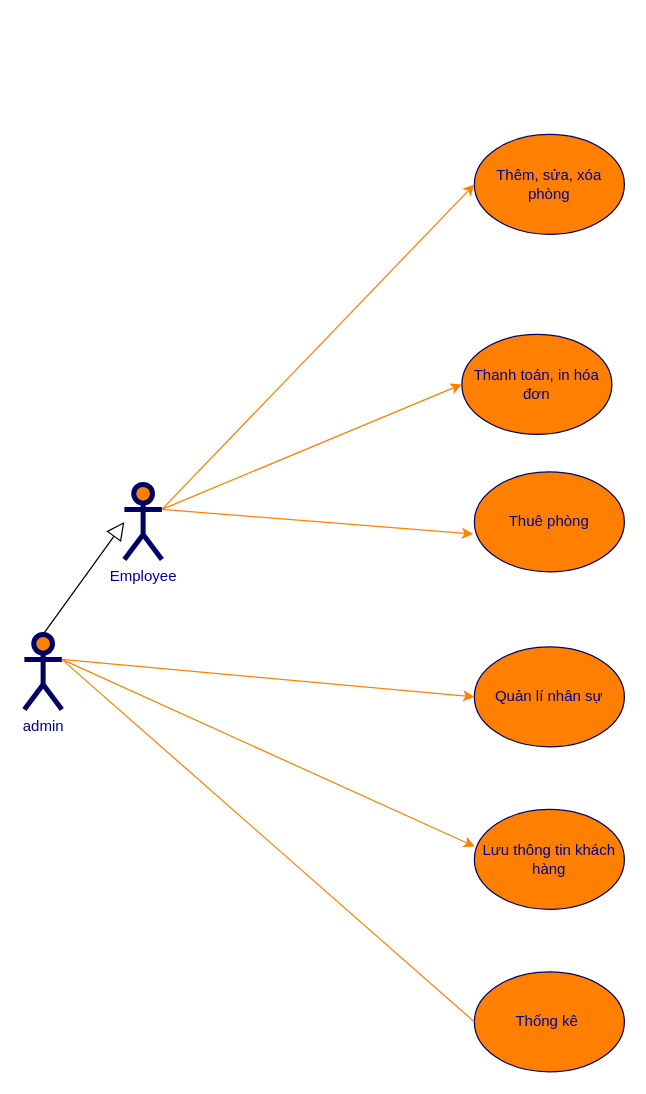
TruongGiaThach/desktop-tutorial keeps this draw.io diagram as Untitled Diagram.drawio. Above is the earlier version. Source tidied: cells renumbered, new cells numbered last; positions are measured from the earlier drawing's top-left corner, leaving out a move shared by most shapes. Both pictures are drawn from the tidied source at 125%, with x=0, y=0 at pixel (24, 134).
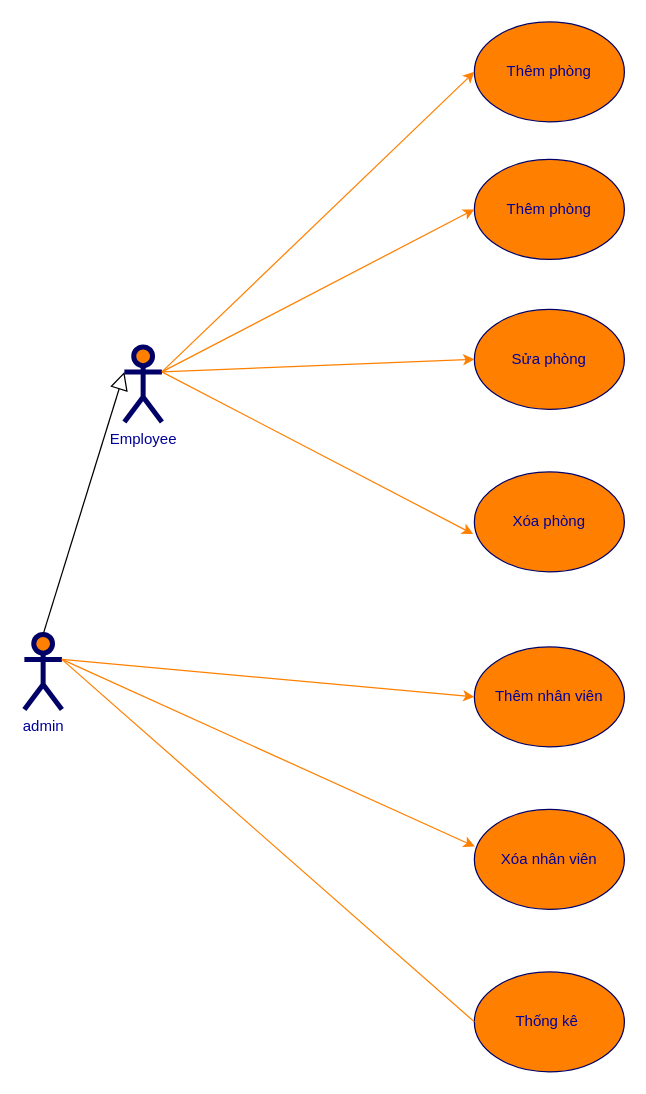
The same diagram, later.

The edit, as a diff of the source:
```diff
@@
 <mxGraphModel>
   <root>
     <mxCell id="0" />
     <mxCell id="1" parent="0" />
-    <mxCell id="2" value="Thêm, sửa, xóa phòng" style="ellipse;whiteSpace=wrap;html=1;fillColor=#FF8000;strokeColor=#000066;fontColor=#000099;" parent="1" vertex="1">
-      <mxGeometry x="360" width="120" height="80" as="geometry" />
+    <mxCell id="2" value="Thêm phòng" style="ellipse;whiteSpace=wrap;html=1;fillColor=#FF8000;strokeColor=#000066;fontColor=#000099;" parent="1" vertex="1">
+      <mxGeometry x="360" y="20" width="120" height="80" as="geometry" />
     </mxCell>
-    <mxCell id="3" value="Quản lí nhân sự" style="ellipse;whiteSpace=wrap;html=1;fillColor=#FF8000;strokeColor=#000066;fontColor=#000099;" parent="1" vertex="1">
+    <mxCell id="3" value="Thêm nhân viên" style="ellipse;whiteSpace=wrap;html=1;fillColor=#FF8000;strokeColor=#000066;fontColor=#000099;" parent="1" vertex="1">
       <mxGeometry x="360" y="410" width="120" height="80" as="geometry" />
     </mxCell>
-    <mxCell id="4" value="Thanh toán, in hóa đơn" style="ellipse;whiteSpace=wrap;html=1;fillColor=#FF8000;strokeColor=#000066;fontColor=#000099;" parent="1" vertex="1">
-      <mxGeometry x="350" y="160" width="120" height="80" as="geometry" />
+    <mxCell id="4" value="Sửa phòng" style="ellipse;whiteSpace=wrap;html=1;fillColor=#FF8000;strokeColor=#000066;fontColor=#000099;" parent="1" vertex="1">
+      <mxGeometry x="360" y="140" width="120" height="80" as="geometry" />
     </mxCell>
     <mxCell id="5" style="html=1;exitX=1;exitY=0.3333333333333333;exitPerimeter=0;entryX=0;entryY=0.5;jettySize=auto;fillColor=#f8cecc;strokeColor=#FF8000;curved=1;fontColor=#000099;exitDx=0;exitDy=0;" parent="1" edge="1" source="14" target="2">
       <mxGeometry relative="1" as="geometry" />
     </mxCell>
     <mxCell id="6" style="edgeStyle=none;curved=1;html=1;exitX=1;exitY=0.3333333333333333;exitPerimeter=0;entryX=0;entryY=0.5;jettySize=auto;strokeColor=#FF8000;fontColor=#000099;exitDx=0;exitDy=0;" parent="1" edge="1" source="9" target="3">
       <mxGeometry relative="1" as="geometry" />
     </mxCell>
-    <mxCell id="7" value="Thuê phòng" style="ellipse;whiteSpace=wrap;html=1;fillColor=#FF8000;strokeColor=#000066;fontColor=#000099;" parent="1" vertex="1">
+    <mxCell id="7" value="Xóa phòng" style="ellipse;whiteSpace=wrap;html=1;fillColor=#FF8000;strokeColor=#000066;fontColor=#000099;" parent="1" vertex="1">
       <mxGeometry x="360" y="270" width="120" height="80" as="geometry" />
     </mxCell>
-    <mxCell id="8" value="Lưu thông tin khách hàng" style="ellipse;whiteSpace=wrap;html=1;fillColor=#FF8000;strokeColor=#000066;fontColor=#000099;" parent="1" vertex="1">
+    <mxCell id="8" value="Xóa nhân viên" style="ellipse;whiteSpace=wrap;html=1;fillColor=#FF8000;strokeColor=#000066;fontColor=#000099;" parent="1" vertex="1">
       <mxGeometry x="360" y="540" width="120" height="80" as="geometry" />
     </mxCell>
     <mxCell id="9" value="admin&lt;br&gt;" style="shape=umlActor;verticalLabelPosition=bottom;labelBackgroundColor=#ffffff;verticalAlign=top;html=1;strokeWidth=4;fillColor=#FF8000;strokeColor=#000066;fontColor=#000099;" parent="1" vertex="1">
       <mxGeometry y="400" width="30" height="60" as="geometry" />
     </mxCell>
-    <mxCell id="10" style="endArrow=block;endFill=0;endSize=12;html=1;exitX=0.5;exitY=0;exitDx=0;exitDy=0;exitPerimeter=0;" parent="1" edge="1" source="9">
-      <mxGeometry relative="1" as="geometry">
-        <mxPoint x="80" y="310" as="targetPoint" />
-      </mxGeometry>
+    <mxCell id="10" style="endArrow=block;endFill=0;endSize=12;html=1;exitX=0.5;exitY=0;exitDx=0;exitDy=0;exitPerimeter=0;entryX=0;entryY=0.3333333333333333;entryDx=0;entryDy=0;entryPerimeter=0;" parent="1" edge="1" source="9" target="14">
+      <mxGeometry relative="1" as="geometry" />
     </mxCell>
     <mxCell id="11" style="edgeStyle=none;curved=1;html=1;entryX=-0.008;entryY=0.622;jettySize=auto;strokeColor=#FF8000;fontColor=#000099;entryDx=0;entryDy=0;entryPerimeter=0;exitX=1;exitY=0.3333333333333333;exitDx=0;exitDy=0;exitPerimeter=0;" parent="1" edge="1" source="14" target="7">
       <mxGeometry relative="1" as="geometry" />
     </mxCell>
     <mxCell id="12" style="edgeStyle=none;curved=1;html=1;exitX=1;exitY=0.3333333333333333;exitPerimeter=0;jettySize=auto;strokeColor=#FF8000;fontColor=#000099;entryX=0;entryY=0.5;entryDx=0;entryDy=0;exitDx=0;exitDy=0;startArrow=none;" parent="1" edge="1" source="14" target="4">
       <mxGeometry relative="1" as="geometry" />
     </mxCell>
     <mxCell id="13" style="edgeStyle=none;curved=1;html=1;exitX=1;exitY=0.3333333333333333;exitPerimeter=0;entryX=0.003;entryY=0.372;jettySize=auto;strokeColor=#FF8000;fontColor=#000099;entryDx=0;entryDy=0;entryPerimeter=0;exitDx=0;exitDy=0;" parent="1" edge="1" source="9" target="8">
       <mxGeometry relative="1" as="geometry" />
     </mxCell>
     <mxCell id="14" value="Employee" style="shape=umlActor;verticalLabelPosition=bottom;labelBackgroundColor=#ffffff;verticalAlign=top;html=1;strokeWidth=4;fillColor=#FF8000;strokeColor=#000066;fontColor=#000099;" parent="1" vertex="1">
-      <mxGeometry x="80" y="280" width="30" height="60" as="geometry" />
+      <mxGeometry x="80" y="170" width="30" height="60" as="geometry" />
     </mxCell>
     <mxCell id="15" value="Thống kê&amp;nbsp;" style="ellipse;whiteSpace=wrap;html=1;fillColor=#FF8000;strokeColor=#000066;fontColor=#000099;" parent="1" vertex="1">
       <mxGeometry x="360" y="670" width="120" height="80" as="geometry" />
     </mxCell>
     <mxCell id="16" style="edgeStyle=none;curved=1;html=1;jettySize=auto;strokeColor=#FF8000;fontColor=#000099;exitX=1;exitY=0.3333333333333333;exitDx=0;exitDy=0;exitPerimeter=0;endArrow=none;entryX=0;entryY=0.5;entryDx=0;entryDy=0;" parent="1" edge="1" source="9" target="15">
       <mxGeometry relative="1" as="geometry" />
     </mxCell>
+    <mxCell id="17" value="Thêm phòng" style="ellipse;whiteSpace=wrap;html=1;fillColor=#FF8000;strokeColor=#000066;fontColor=#000099;" parent="1" vertex="1">
+      <mxGeometry x="360" y="-90" width="120" height="80" as="geometry" />
+    </mxCell>
+    <mxCell id="18" style="html=1;entryX=0;entryY=0.5;jettySize=auto;fillColor=#f8cecc;strokeColor=#FF8000;curved=1;fontColor=#000099;entryDx=0;entryDy=0;" parent="1" edge="1" target="17">
+      <mxGeometry relative="1" as="geometry">
+        <mxPoint x="110" y="190" as="sourcePoint" />
+      </mxGeometry>
+    </mxCell>
   </root>
 </mxGraphModel>
```
